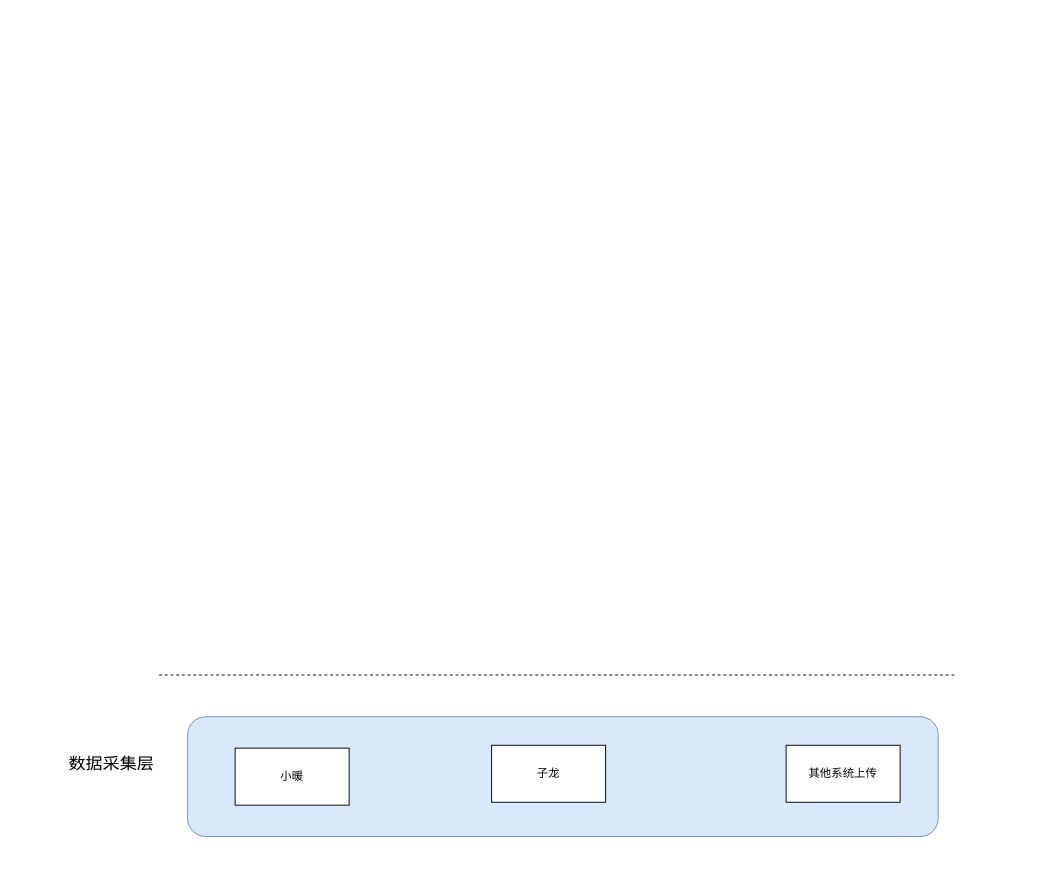
Earlier version of the draw.io diagram pet_data_warehouse/未命名表单.drawio (fangzheng0518/draw). Source tidied: cells renumbered, new cells numbered last; positions are measured from the earlier drawing's top-left corner, leaving out a move shared by most shapes. Both pictures are drawn from the tidied source at 95%, with x=0, y=0 at pixel (64, 674).
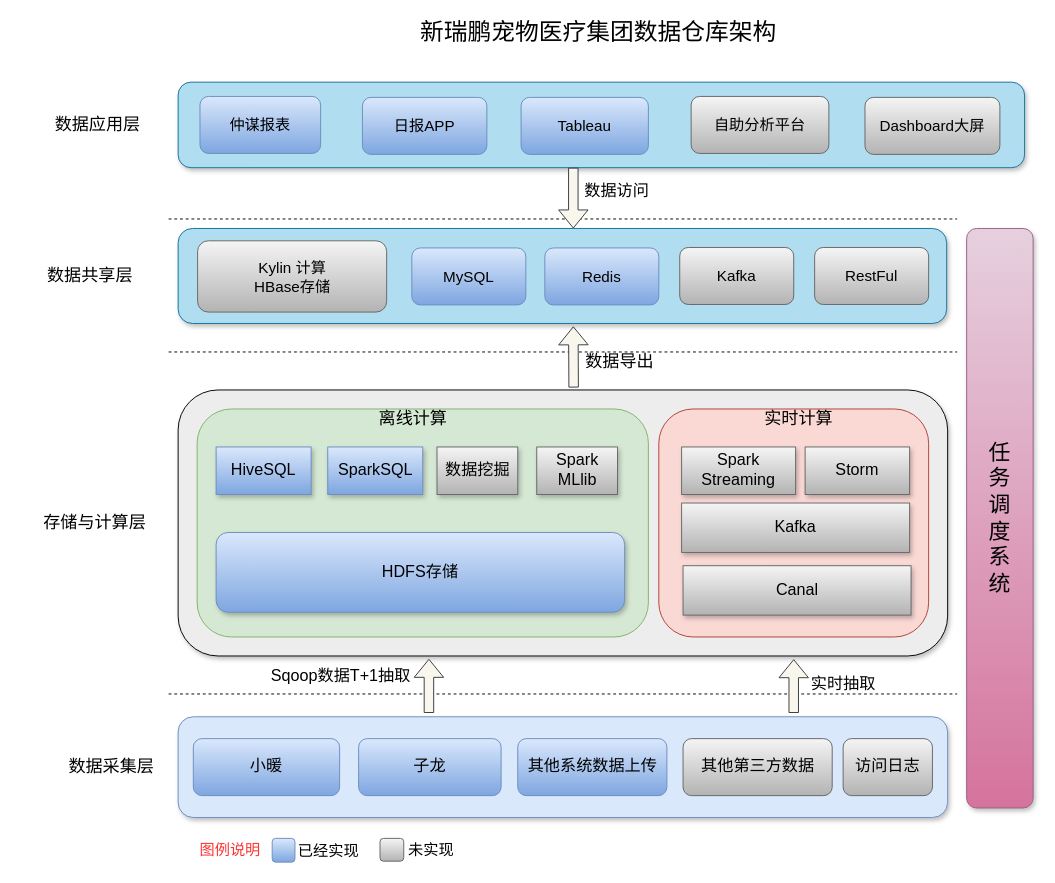
The same diagram, later.

Commit message:
更新未命名表单.drawio

The edit, as a diff of the source:
```diff
@@
+    <mxCell id="8" style="rounded=1;whiteSpace=wrap;html=1;fillColor=#EDEDED;shadow=1;" parent="1" vertex="1">
+      <mxGeometry x="120" y="-300" width="810" height="280" as="geometry" />
+    </mxCell>
-    <mxCell id="2" style="rounded=1;whiteSpace=wrap;html=1;fillColor=#dae8fc;strokeColor=#6c8ebf;" parent="1" vertex="1">
-      <mxGeometry x="130" y="44" width="790" height="126" as="geometry" />
+    <mxCell id="2" style="rounded=1;whiteSpace=wrap;html=1;fillColor=#dae8fc;strokeColor=#6c8ebf;glass=0;shadow=1;" parent="1" vertex="1">
+      <mxGeometry x="120" y="44" width="810" height="106" as="geometry" />
     </mxCell>
     <mxCell id="3" value="&lt;font style=&quot;font-size: 18px&quot;&gt;数据采集层&lt;/font&gt;" style="text;html=1;strokeColor=none;fillColor=none;align=center;verticalAlign=middle;whiteSpace=wrap;rounded=0;" parent="1" vertex="1">
-      <mxGeometry y="84" width="100" height="20" as="geometry" />
+      <mxGeometry y="87" width="100" height="20" as="geometry" />
     </mxCell>
     <mxCell id="4" style="endArrow=none;dashed=1;html=1;" parent="1" edge="1">
       <mxGeometry relative="1" as="geometry">
-        <mxPoint x="100" as="sourcePoint" />
-        <mxPoint x="940" as="targetPoint" />
+        <mxPoint x="110" y="20" as="sourcePoint" />
+        <mxPoint x="940" y="20" as="targetPoint" />
       </mxGeometry>
     </mxCell>
-    <mxCell id="5" value="小暖" style="rounded=0;whiteSpace=wrap;html=1;" parent="1" vertex="1">
-      <mxGeometry x="180" y="77" width="120" height="60" as="geometry" />
+    <mxCell id="5" value="&lt;font style=&quot;font-size: 17px&quot;&gt;小暖&lt;/font&gt;" style="rounded=1;whiteSpace=wrap;html=1;gradientColor=#7ea6e0;fillColor=#dae8fc;strokeColor=#6c8ebf;" parent="1" vertex="1">
+      <mxGeometry x="136" y="67" width="154" height="60" as="geometry" />
     </mxCell>
-    <mxCell id="6" value="子龙" style="rounded=0;whiteSpace=wrap;html=1;" parent="1" vertex="1">
-      <mxGeometry x="450" y="74" width="120" height="60" as="geometry" />
+    <mxCell id="6" value="&lt;font style=&quot;font-size: 17px&quot;&gt;子龙&lt;/font&gt;" style="rounded=1;whiteSpace=wrap;html=1;gradientColor=#7ea6e0;fillColor=#dae8fc;strokeColor=#6c8ebf;" parent="1" vertex="1">
+      <mxGeometry x="310" y="67" width="150" height="60" as="geometry" />
     </mxCell>
-    <mxCell id="7" value="其他系统上传" style="rounded=0;whiteSpace=wrap;html=1;" parent="1" vertex="1">
-      <mxGeometry x="760" y="74" width="120" height="60" as="geometry" />
+    <mxCell id="7" value="&lt;font style=&quot;font-size: 17px&quot;&gt;其他系统数据上传&lt;/font&gt;" style="rounded=1;whiteSpace=wrap;html=1;gradientColor=#7ea6e0;fillColor=#dae8fc;strokeColor=#6c8ebf;" parent="1" vertex="1">
+      <mxGeometry x="477.5" y="67" width="157" height="60" as="geometry" />
     </mxCell>
+    <mxCell id="9" style="rounded=1;whiteSpace=wrap;html=1;fillColor=#d5e8d4;strokeColor=#82b366;glass=0;shadow=0;" parent="1" vertex="1">
+      <mxGeometry x="140" y="-280" width="475" height="240" as="geometry" />
+    </mxCell>
+    <mxCell id="10" value="&lt;font style=&quot;font-size: 18px&quot;&gt;存储与计算层&lt;/font&gt;" style="text;html=1;strokeColor=none;fillColor=none;align=center;verticalAlign=middle;whiteSpace=wrap;rounded=0;" parent="1" vertex="1">
+      <mxGeometry x="-45" y="-170" width="155" height="20" as="geometry" />
+    </mxCell>
+    <mxCell id="11" style="endArrow=none;dashed=1;html=1;" parent="1" edge="1">
+      <mxGeometry relative="1" as="geometry">
+        <mxPoint x="110" y="-340" as="sourcePoint" />
+        <mxPoint x="940" y="-340" as="targetPoint" />
+      </mxGeometry>
+    </mxCell>
+    <mxCell id="12" style="rounded=1;whiteSpace=wrap;html=1;fillColor=#fad9d5;strokeColor=#ae4132;shadow=0;" parent="1" vertex="1">
+      <mxGeometry x="626" y="-280" width="284" height="240" as="geometry" />
+    </mxCell>
+    <mxCell id="13" value="&lt;font style=&quot;font-size: 18px&quot;&gt;离线计算&lt;/font&gt;" style="text;html=1;strokeColor=none;fillColor=none;align=center;verticalAlign=middle;whiteSpace=wrap;rounded=0;" parent="1" vertex="1">
+      <mxGeometry x="290" y="-280" width="155" height="20" as="geometry" />
+    </mxCell>
+    <mxCell id="14" value="&lt;font style=&quot;font-size: 18px&quot;&gt;实时计算&lt;/font&gt;" style="text;html=1;strokeColor=none;fillColor=none;align=center;verticalAlign=middle;whiteSpace=wrap;rounded=0;" parent="1" vertex="1">
+      <mxGeometry x="696" y="-280" width="155" height="20" as="geometry" />
+    </mxCell>
+    <mxCell id="15" style="rounded=1;whiteSpace=wrap;html=1;fillColor=#b1ddf0;strokeColor=#10739e;shadow=1;" parent="1" vertex="1">
+      <mxGeometry x="120" y="-624" width="891" height="90" as="geometry" />
+    </mxCell>
+    <mxCell id="16" value="&lt;font style=&quot;font-size: 18px&quot;&gt;数据应用层&lt;/font&gt;" style="text;html=1;strokeColor=none;fillColor=none;align=center;verticalAlign=middle;whiteSpace=wrap;rounded=0;" parent="1" vertex="1">
+      <mxGeometry x="-42" y="-589" width="155" height="20" as="geometry" />
+    </mxCell>
+    <mxCell id="17" value="&lt;font style=&quot;font-size: 16px&quot;&gt;仲谋报表&lt;/font&gt;" style="rounded=1;whiteSpace=wrap;html=1;gradientColor=#7ea6e0;fillColor=#dae8fc;strokeColor=#6c8ebf;" parent="1" vertex="1">
+      <mxGeometry x="143" y="-609" width="127" height="60" as="geometry" />
+    </mxCell>
+    <mxCell id="18" value="&lt;font style=&quot;font-size: 16px&quot;&gt;日报APP&lt;/font&gt;" style="rounded=1;whiteSpace=wrap;html=1;gradientColor=#7ea6e0;fillColor=#dae8fc;strokeColor=#6c8ebf;" parent="1" vertex="1">
+      <mxGeometry x="314" y="-608" width="131" height="60" as="geometry" />
+    </mxCell>
+    <mxCell id="19" value="&lt;font style=&quot;font-size: 16px&quot;&gt;Dashboard大屏&lt;/font&gt;" style="rounded=1;whiteSpace=wrap;html=1;gradientColor=#b3b3b3;fillColor=#f5f5f5;strokeColor=#666666;" parent="1" vertex="1">
+      <mxGeometry x="843" y="-608" width="142" height="60" as="geometry" />
+    </mxCell>
+    <mxCell id="20" style="shape=flexArrow;endArrow=classic;html=1;exitX=0.514;exitY=-0.009;exitDx=0;exitDy=0;exitPerimeter=0;fillColor=#f9f7ed;strokeColor=#36393d;" parent="1" edge="1" source="8">
+      <mxGeometry relative="1" as="geometry">
+        <mxPoint x="536" y="-367" as="targetPoint" />
+      </mxGeometry>
+    </mxCell>
+    <mxCell id="21" value="&lt;font style=&quot;font-size: 18px&quot;&gt;数据导出&lt;/font&gt;" style="text;html=1;strokeColor=none;fillColor=none;align=center;verticalAlign=middle;whiteSpace=wrap;rounded=0;" parent="1" vertex="1">
+      <mxGeometry x="540" y="-340" width="90" height="20" as="geometry" />
+    </mxCell>
+    <mxCell id="22" value="&lt;font style=&quot;font-size: 17px&quot;&gt;Sqoop数据T+1抽取&lt;/font&gt;" style="text;html=1;strokeColor=none;fillColor=none;align=center;verticalAlign=middle;whiteSpace=wrap;rounded=0;glass=1;" parent="1" vertex="1">
+      <mxGeometry x="210" y="-8" width="163" height="20" as="geometry" />
+    </mxCell>
+    <mxCell id="23" value="&lt;font style=&quot;font-size: 23px&quot;&gt;任&lt;br&gt;务&lt;br&gt;调&lt;br&gt;度&lt;br&gt;系&lt;br&gt;统&lt;/font&gt;" style="rounded=1;whiteSpace=wrap;html=1;glass=0;fillColor=#e6d0de;gradientColor=#d5739d;strokeColor=#996185;shadow=1;" parent="1" vertex="1">
+      <mxGeometry x="950" y="-470" width="70" height="610" as="geometry" />
+    </mxCell>
+    <mxCell id="24" value="&lt;font style=&quot;font-size: 17px&quot;&gt;HiveSQL&lt;/font&gt;" style="rounded=0;whiteSpace=wrap;html=1;shadow=1;glass=0;fillColor=#dae8fc;gradientColor=#7ea6e0;strokeColor=#6c8ebf;" parent="1" vertex="1">
+      <mxGeometry x="160" y="-240" width="100" height="50" as="geometry" />
+    </mxCell>
+    <mxCell id="25" value="&lt;font style=&quot;font-size: 16px&quot;&gt;Tableau&lt;/font&gt;" style="rounded=1;whiteSpace=wrap;html=1;gradientColor=#7ea6e0;fillColor=#dae8fc;strokeColor=#6c8ebf;" parent="1" vertex="1">
+      <mxGeometry x="481" y="-608" width="134" height="60" as="geometry" />
+    </mxCell>
+    <mxCell id="26" value="&lt;font style=&quot;font-size: 17px&quot;&gt;SparkSQL&lt;/font&gt;" style="rounded=0;whiteSpace=wrap;html=1;shadow=1;glass=0;fillColor=#dae8fc;gradientColor=#7ea6e0;strokeColor=#6c8ebf;" parent="1" vertex="1">
+      <mxGeometry x="277.5" y="-240" width="100" height="50" as="geometry" />
+    </mxCell>
+    <mxCell id="27" value="&lt;font style=&quot;font-size: 17px&quot;&gt;HDFS存储&lt;/font&gt;" style="rounded=1;whiteSpace=wrap;html=1;shadow=1;glass=0;fillColor=#dae8fc;strokeColor=#6c8ebf;gradientColor=#7ea6e0;" parent="1" vertex="1">
+      <mxGeometry x="160" y="-150" width="430" height="84" as="geometry" />
+    </mxCell>
+    <mxCell id="28" value="&lt;font style=&quot;font-size: 17px&quot;&gt;数据挖掘&lt;/font&gt;" style="rounded=0;whiteSpace=wrap;html=1;shadow=1;glass=0;fillColor=#f5f5f5;gradientColor=#b3b3b3;strokeColor=#666666;" parent="1" vertex="1">
+      <mxGeometry x="392.5" y="-240" width="85" height="50" as="geometry" />
+    </mxCell>
+    <mxCell id="29" value="&lt;font style=&quot;font-size: 17px&quot;&gt;Spark&lt;br&gt;MLlib&lt;/font&gt;" style="rounded=0;whiteSpace=wrap;html=1;shadow=1;glass=0;fillColor=#f5f5f5;gradientColor=#b3b3b3;strokeColor=#666666;" parent="1" vertex="1">
+      <mxGeometry x="497.5" y="-240" width="85" height="50" as="geometry" />
+    </mxCell>
+    <mxCell id="30" value="&lt;font style=&quot;font-size: 17px&quot;&gt;Spark&lt;br&gt;Streaming&lt;br&gt;&lt;/font&gt;" style="rounded=0;whiteSpace=wrap;html=1;shadow=1;glass=0;fillColor=#f5f5f5;gradientColor=#b3b3b3;strokeColor=#666666;" parent="1" vertex="1">
+      <mxGeometry x="650" y="-240" width="120" height="50" as="geometry" />
+    </mxCell>
+    <mxCell id="31" value="&lt;font style=&quot;font-size: 17px&quot;&gt;Kafka&lt;br&gt;&lt;/font&gt;" style="rounded=0;whiteSpace=wrap;html=1;shadow=1;glass=0;fillColor=#f5f5f5;gradientColor=#b3b3b3;strokeColor=#666666;" parent="1" vertex="1">
+      <mxGeometry x="650" y="-181" width="240" height="52" as="geometry" />
+    </mxCell>
+    <mxCell id="32" value="&lt;font style=&quot;font-size: 17px&quot;&gt;Storm&lt;br&gt;&lt;/font&gt;" style="rounded=0;whiteSpace=wrap;html=1;shadow=1;glass=0;fillColor=#f5f5f5;gradientColor=#b3b3b3;strokeColor=#666666;" parent="1" vertex="1">
+      <mxGeometry x="780" y="-240" width="110" height="50" as="geometry" />
+    </mxCell>
+    <mxCell id="33" value="&lt;font style=&quot;font-size: 17px&quot;&gt;访问日志&lt;/font&gt;" style="rounded=1;whiteSpace=wrap;html=1;gradientColor=#b3b3b3;fillColor=#f5f5f5;strokeColor=#666666;" parent="1" vertex="1">
+      <mxGeometry x="820" y="67" width="94" height="60" as="geometry" />
+    </mxCell>
+    <mxCell id="34" value="&lt;span style=&quot;font-size: 16px&quot;&gt;自助分析平台&lt;/span&gt;" style="rounded=1;whiteSpace=wrap;html=1;gradientColor=#b3b3b3;fillColor=#f5f5f5;strokeColor=#666666;" parent="1" vertex="1">
+      <mxGeometry x="660" y="-609" width="145" height="60" as="geometry" />
+    </mxCell>
+    <mxCell id="35" value="&lt;font style=&quot;font-size: 17px&quot;&gt;Canal&lt;br&gt;&lt;/font&gt;" style="rounded=0;whiteSpace=wrap;html=1;shadow=1;glass=0;fillColor=#f5f5f5;gradientColor=#b3b3b3;strokeColor=#666666;" parent="1" vertex="1">
+      <mxGeometry x="651.5" y="-115" width="240" height="52" as="geometry" />
+    </mxCell>
+    <mxCell id="36" style="shape=flexArrow;endArrow=classic;html=1;entryX=0.315;entryY=1.012;entryDx=0;entryDy=0;entryPerimeter=0;fillColor=#f9f7ed;strokeColor=#36393d;" parent="1" edge="1">
+      <mxGeometry relative="1" as="geometry">
+        <mxPoint x="384" y="40" as="sourcePoint" />
+        <mxPoint x="384" y="-17" as="targetPoint" />
+      </mxGeometry>
+    </mxCell>
+    <mxCell id="37" style="shape=flexArrow;endArrow=classic;html=1;entryX=0.8;entryY=1.012;entryDx=0;entryDy=0;entryPerimeter=0;fillColor=#f9f7ed;strokeColor=#36393d;" parent="1" edge="1" target="8">
+      <mxGeometry relative="1" as="geometry">
+        <mxPoint x="768" y="40" as="sourcePoint" />
+      </mxGeometry>
+    </mxCell>
+    <mxCell id="38" value="&lt;font style=&quot;font-size: 17px&quot;&gt;实时抽取&lt;/font&gt;" style="text;html=1;strokeColor=none;fillColor=none;align=center;verticalAlign=middle;whiteSpace=wrap;rounded=0;glass=1;" parent="1" vertex="1">
+      <mxGeometry x="773.5" width="93" height="20" as="geometry" />
+    </mxCell>
+    <mxCell id="39" style="rounded=1;whiteSpace=wrap;html=1;fillColor=#b1ddf0;strokeColor=#10739e;shadow=1;" parent="1" vertex="1">
+      <mxGeometry x="120" y="-470" width="809" height="100" as="geometry" />
+    </mxCell>
+    <mxCell id="40" value="&lt;font style=&quot;font-size: 16px&quot;&gt;Redis&lt;br&gt;&lt;/font&gt;" style="rounded=1;whiteSpace=wrap;html=1;gradientColor=#7ea6e0;fillColor=#dae8fc;strokeColor=#6c8ebf;" parent="1" vertex="1">
+      <mxGeometry x="506" y="-449.5" width="120" height="60" as="geometry" />
+    </mxCell>
+    <mxCell id="41" value="&lt;font style=&quot;font-size: 16px&quot;&gt;Kafka&lt;/font&gt;" style="rounded=1;whiteSpace=wrap;html=1;gradientColor=#b3b3b3;fillColor=#f5f5f5;strokeColor=#666666;" parent="1" vertex="1">
+      <mxGeometry x="648" y="-450" width="120" height="60" as="geometry" />
+    </mxCell>
+    <mxCell id="42" value="&lt;span style=&quot;font-size: 16px&quot;&gt;RestFul&lt;/span&gt;" style="rounded=1;whiteSpace=wrap;html=1;gradientColor=#b3b3b3;fillColor=#f5f5f5;strokeColor=#666666;" parent="1" vertex="1">
+      <mxGeometry x="790" y="-450" width="120" height="60" as="geometry" />
+    </mxCell>
+    <mxCell id="43" value="&lt;span style=&quot;font-size: 16px&quot;&gt;Kylin 计算&lt;br&gt;HBase存储&lt;br&gt;&lt;/span&gt;" style="rounded=1;whiteSpace=wrap;html=1;gradientColor=#b3b3b3;fillColor=#f5f5f5;strokeColor=#666666;" parent="1" vertex="1">
+      <mxGeometry x="140.5" y="-457" width="199" height="75" as="geometry" />
+    </mxCell>
+    <mxCell id="44" value="&lt;font style=&quot;font-size: 18px&quot;&gt;数据共享层&lt;/font&gt;" style="text;html=1;strokeColor=none;fillColor=none;align=center;verticalAlign=middle;whiteSpace=wrap;rounded=0;" parent="1" vertex="1">
+      <mxGeometry x="-50" y="-430" width="155" height="20" as="geometry" />
+    </mxCell>
+    <mxCell id="45" value="&lt;font style=&quot;font-size: 16px&quot;&gt;MySQL&lt;/font&gt;" style="rounded=1;whiteSpace=wrap;html=1;gradientColor=#7ea6e0;fillColor=#dae8fc;strokeColor=#6c8ebf;" parent="1" vertex="1">
+      <mxGeometry x="366" y="-449.5" width="120" height="60" as="geometry" />
+    </mxCell>
+    <mxCell id="46" value="&lt;span style=&quot;font-size: 17px&quot;&gt;其他第三方数据&lt;/span&gt;" style="rounded=1;whiteSpace=wrap;html=1;gradientColor=#b3b3b3;fillColor=#f5f5f5;strokeColor=#666666;" parent="1" vertex="1">
+      <mxGeometry x="651.5" y="67" width="157" height="60" as="geometry" />
+    </mxCell>
+    <mxCell id="47" style="endArrow=none;dashed=1;html=1;" parent="1" edge="1">
+      <mxGeometry relative="1" as="geometry">
+        <mxPoint x="110" y="-480" as="sourcePoint" />
+        <mxPoint x="940" y="-480" as="targetPoint" />
+      </mxGeometry>
+    </mxCell>
+    <mxCell id="48" style="shape=flexArrow;endArrow=classic;html=1;exitX=0.5;exitY=1;exitDx=0;exitDy=0;entryX=0.5;entryY=0;entryDx=0;entryDy=0;fillColor=#f9f7ed;strokeColor=#36393d;" parent="1" edge="1">
+      <mxGeometry relative="1" as="geometry">
+        <mxPoint x="536" y="-534" as="sourcePoint" />
+        <mxPoint x="536" y="-470" as="targetPoint" />
+      </mxGeometry>
+    </mxCell>
+    <mxCell id="49" value="&lt;font style=&quot;font-size: 17px&quot;&gt;数据访问&lt;/font&gt;" style="text;html=1;strokeColor=none;fillColor=none;align=center;verticalAlign=middle;whiteSpace=wrap;rounded=0;shadow=1;glass=0;" parent="1" vertex="1">
+      <mxGeometry x="537" y="-519" width="90" height="20" as="geometry" />
+    </mxCell>
+    <mxCell id="50" value="&lt;font style=&quot;font-size: 25px&quot;&gt;新瑞鹏宠物医疗集团数据仓库架构&lt;/font&gt;" style="text;html=1;strokeColor=none;fillColor=none;align=center;verticalAlign=middle;whiteSpace=wrap;rounded=0;shadow=1;glass=0;" parent="1" vertex="1">
+      <mxGeometry x="373" y="-688" width="379" height="20" as="geometry" />
+    </mxCell>
+    <mxCell id="51" style="rounded=1;whiteSpace=wrap;html=1;gradientColor=#b3b3b3;fillColor=#f5f5f5;strokeColor=#666666;flipH=1;" parent="1" vertex="1">
+      <mxGeometry x="332.5" y="172" width="25" height="24" as="geometry" />
+    </mxCell>
+    <mxCell id="52" value="&lt;font style=&quot;font-size: 16px&quot;&gt;未实现&lt;/font&gt;" style="text;html=1;strokeColor=none;fillColor=none;align=center;verticalAlign=middle;whiteSpace=wrap;rounded=0;shadow=1;glass=0;flipH=1;" parent="1" vertex="1">
+      <mxGeometry x="361" y="174" width="51" height="20" as="geometry" />
+    </mxCell>
+    <mxCell id="53" value="&lt;font color=&quot;#ff3333&quot; style=&quot;font-size: 16px&quot;&gt;图例说明&lt;/font&gt;" style="text;html=1;strokeColor=none;fillColor=none;align=center;verticalAlign=middle;whiteSpace=wrap;rounded=0;shadow=1;glass=0;flipH=1;" parent="1" vertex="1">
+      <mxGeometry x="136" y="174" width="78" height="20" as="geometry" />
+    </mxCell>
+    <mxCell id="54" style="group;flipH=1;" parent="1" vertex="1">
+      <mxGeometry x="219" y="172" width="93" height="25" as="geometry" />
+    </mxCell>
+    <mxCell id="55" style="rounded=1;whiteSpace=wrap;html=1;gradientColor=#7ea6e0;fillColor=#dae8fc;strokeColor=#6c8ebf;flipH=1;" parent="54" vertex="1">
+      <mxGeometry width="24" height="25" as="geometry" />
+    </mxCell>
+    <mxCell id="56" value="&lt;font style=&quot;font-size: 16px&quot;&gt;已经实现&lt;/font&gt;" style="text;html=1;strokeColor=none;fillColor=none;align=center;verticalAlign=middle;whiteSpace=wrap;rounded=0;shadow=1;glass=0;flipH=1;" parent="54" vertex="1">
+      <mxGeometry x="26" y="3" width="67" height="20" as="geometry" />
+    </mxCell>
```
